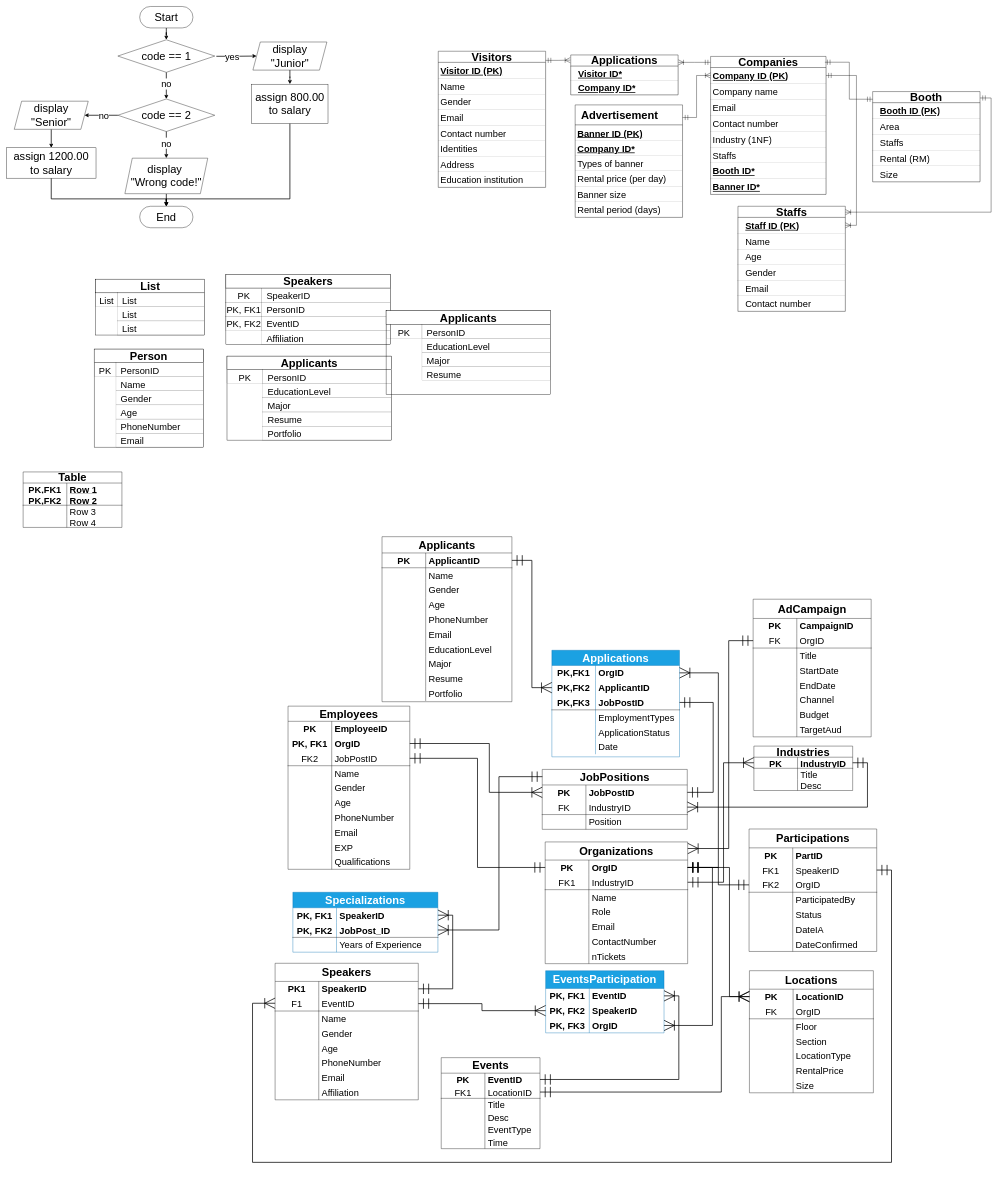
Before: ERD BMCS1053 asg.drawio in twelve0dev9/BMCS1053-asg, a draw.io diagram. Source tidied: cells renumbered, new cells numbered last; positions are measured from the earlier drawing's top-left corner, leaving out a move shared by most shapes. Both pictures are drawn from the tidied source at 37%, with x=0, y=0 at pixel (6, 6).
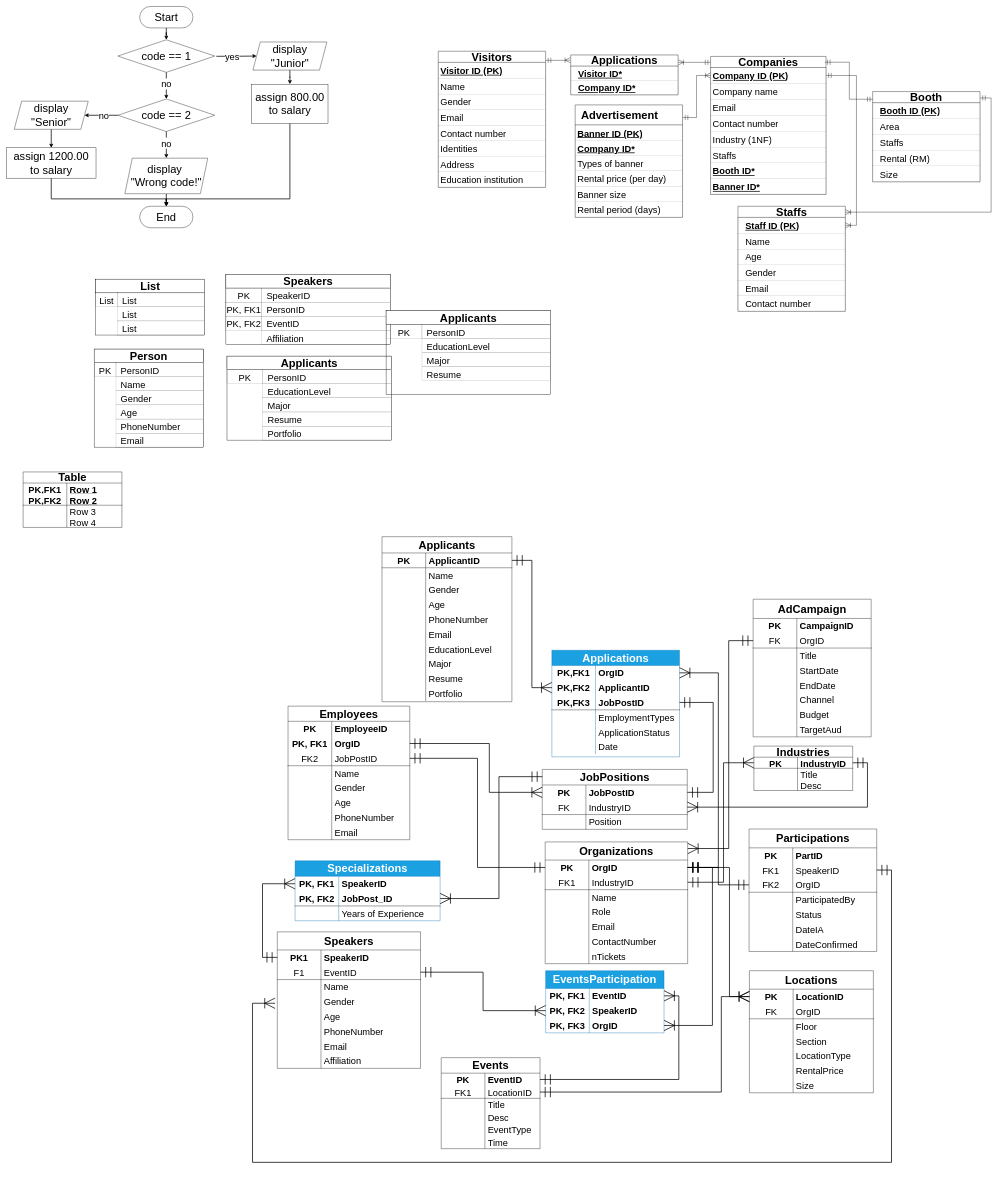
The same page after the edit.

Commit message (it also covers changes not shown here):
insert records for specializations

The change refers to these unchanged cells:
```xml
<mxCell id="115" style="shape=tableRow;horizontal=0;startSize=0;swimlaneHead=0;swimlaneBody=0;fillColor=none;points=[[0,0.5],[1,0.5]];portConstraint=eastwest;top=0;left=0;right=0;bottom=0;html=1;fontSize=30;" parent="114" vertex="1">
  <mxGeometry y="49" width="387" height="40" as="geometry" />
</mxCell>
<mxCell id="337" value="JobPositions" style="shape=table;startSize=42;childLayout=tableLayout;rowLines=0;fontStyle=1;align=center;html=1;whiteSpace=wrap;fontSize=30;" parent="1" vertex="1">
  <mxGeometry x="1448" y="2062" width="392" height="162" as="geometry" />
</mxCell>
<mxCell id="390" style="shape=tableRow;horizontal=0;startSize=0;swimlaneHead=0;swimlaneBody=0;fillColor=none;points=[[0,0.5],[1,0.5]];portConstraint=eastwest;top=0;left=0;right=0;bottom=0;html=1;fontSize=30;" parent="389" vertex="1">
  <mxGeometry y="42" width="392" height="40" as="geometry" />
</mxCell>
<mxCell id="393" style="shape=tableRow;horizontal=0;startSize=0;swimlaneHead=0;swimlaneBody=0;fillColor=none;points=[[0,0.5],[1,0.5]];portConstraint=eastwest;top=0;left=0;right=0;bottom=1;html=1;fontSize=30;" parent="389" vertex="1">
  <mxGeometry y="82" width="392" height="40" as="geometry" />
</mxCell>
```

What changed in the source:
```diff
@@
     <mxCell id="114" value="Speakers" style="shape=table;startSize=49;childLayout=tableLayout;rowLines=0;fontStyle=1;align=center;html=1;whiteSpace=wrap;fontSize=30;" parent="1" vertex="1">
-      <mxGeometry x="726" y="2586" width="387" height="369" as="geometry" />
+      <mxGeometry x="732" y="2501" width="387" height="369" as="geometry" />
     </mxCell>
@@
     <mxCell id="183" value="Employees" style="shape=table;startSize=41;childLayout=tableLayout;rowLines=0;fontStyle=1;align=center;html=1;whiteSpace=wrap;fontSize=30;" parent="1" vertex="1">
-      <mxGeometry x="761" y="1891" width="329" height="441" as="geometry" />
+      <mxGeometry x="761" y="1891" width="329" height="361" as="geometry" />
     </mxCell>
@@
-    <mxCell id="208" style="shape=tableRow;horizontal=0;startSize=0;swimlaneHead=0;swimlaneBody=0;fillColor=none;top=0;left=0;right=0;bottom=0;html=1;fontSize=30;fontStyle=0;" parent="183" vertex="1">
-      <mxGeometry y="361" width="329" height="40" as="geometry" />
-    </mxCell>
-    <mxCell id="209" style="shape=partialRectangle;fillColor=none;top=0;left=0;bottom=0;right=0;fontStyle=0;overflow=hidden;html=1;whiteSpace=wrap;fontSize=25;" parent="208" vertex="1">
-      <mxGeometry width="118" height="40" as="geometry" />
-    </mxCell>
-    <mxCell id="210" value="EXP" style="shape=partialRectangle;fillColor=none;top=0;left=0;bottom=0;right=0;align=left;spacingLeft=6;fontStyle=0;overflow=hidden;html=1;whiteSpace=wrap;fontSize=25;" parent="208" vertex="1">
-      <mxGeometry x="118" width="211" height="40" as="geometry" />
-    </mxCell>
-    <mxCell id="211" style="shape=tableRow;horizontal=0;startSize=0;swimlaneHead=0;swimlaneBody=0;fillColor=none;top=0;left=0;right=0;bottom=0;html=1;fontSize=30;fontStyle=0;" parent="183" vertex="1">
-      <mxGeometry y="401" width="329" height="40" as="geometry" />
-    </mxCell>
-    <mxCell id="212" style="shape=partialRectangle;fillColor=none;top=0;left=0;bottom=0;right=0;fontStyle=0;overflow=hidden;html=1;whiteSpace=wrap;fontSize=25;" parent="211" vertex="1">
-      <mxGeometry width="118" height="40" as="geometry" />
-    </mxCell>
-    <mxCell id="213" value="Qualifications" style="shape=partialRectangle;fillColor=none;top=0;left=0;bottom=0;right=0;align=left;spacingLeft=6;fontStyle=0;overflow=hidden;html=1;whiteSpace=wrap;fontSize=25;" parent="211" vertex="1">
-      <mxGeometry x="118" width="211" height="40" as="geometry" />
-    </mxCell>
@@
-    <mxCell id="388" style="edgeStyle=orthogonalEdgeStyle;shape=connector;rounded=0;jettySize=auto;html=1;entryX=1;entryY=0.5;entryDx=0;entryDy=0;strokeColor=default;strokeWidth=2;align=center;verticalAlign=middle;fontFamily=Helvetica;fontSize=11;fontColor=default;labelBackgroundColor=default;startArrow=ERmandOne;startFill=0;startSize=25;endArrow=ERoneToMany;endFill=0;endSize=25;" parent="1" edge="1" source="115" target="390">
+    <mxCell id="388" style="edgeStyle=orthogonalEdgeStyle;shape=connector;rounded=0;jettySize=auto;html=1;entryX=0;entryY=0.5;entryDx=0;entryDy=0;strokeColor=default;strokeWidth=2;align=center;verticalAlign=middle;fontFamily=Helvetica;fontSize=11;fontColor=default;labelBackgroundColor=default;startArrow=ERmandOne;startFill=0;startSize=25;endArrow=ERoneToMany;endFill=0;endSize=25;exitX=0;exitY=0.5;exitDx=0;exitDy=0;" parent="1" edge="1" source="115" target="390">
       <mxGeometry relative="1" as="geometry" />
     </mxCell>
     <mxCell id="389" value="Specializations" style="shape=table;startSize=42;childLayout=tableLayout;rowLines=0;fontStyle=1;align=center;html=1;whiteSpace=wrap;fontSize=30;fillColor=#1ba1e2;fontColor=#ffffff;strokeColor=#006EAF;" parent="1" vertex="1">
-      <mxGeometry x="774" y="2394" width="392" height="162" as="geometry" />
+      <mxGeometry x="780" y="2309" width="392" height="162" as="geometry" />
     </mxCell>
@@
     <mxCell id="399" style="edgeStyle=orthogonalEdgeStyle;shape=connector;rounded=0;jettySize=auto;html=1;strokeColor=default;strokeWidth=2;align=center;verticalAlign=middle;fontFamily=Helvetica;fontSize=11;fontColor=default;labelBackgroundColor=default;startArrow=ERoneToMany;startFill=0;startSize=25;endArrow=ERmandOne;endFill=0;endSize=25;entryX=0.001;entryY=0.121;entryDx=0;entryDy=0;entryPerimeter=0;" parent="1" edge="1" source="393" target="337">
       <mxGeometry relative="1" as="geometry">
         <Array as="points">
-          <mxPoint x="1331" y="2496" />
+          <mxPoint x="1331" y="2411" />
           <mxPoint x="1331" y="2082" />
         </Array>
       </mxGeometry>
     </mxCell>
```
